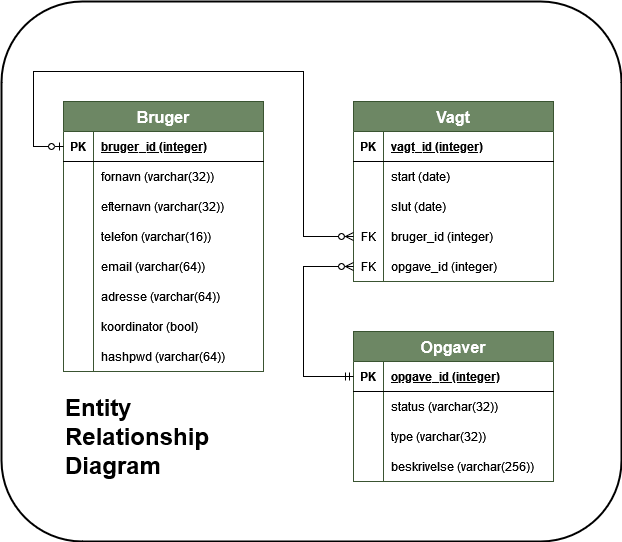
Before: Filer/ERD.drawio.png, a diagram exported from draw.io (lynge96/JADA-Miljoefestival). Source tidied: cells renumbered, new cells last; positions are measured from the earlier drawing's top-left corner, leaving out a move shared by most shapes.
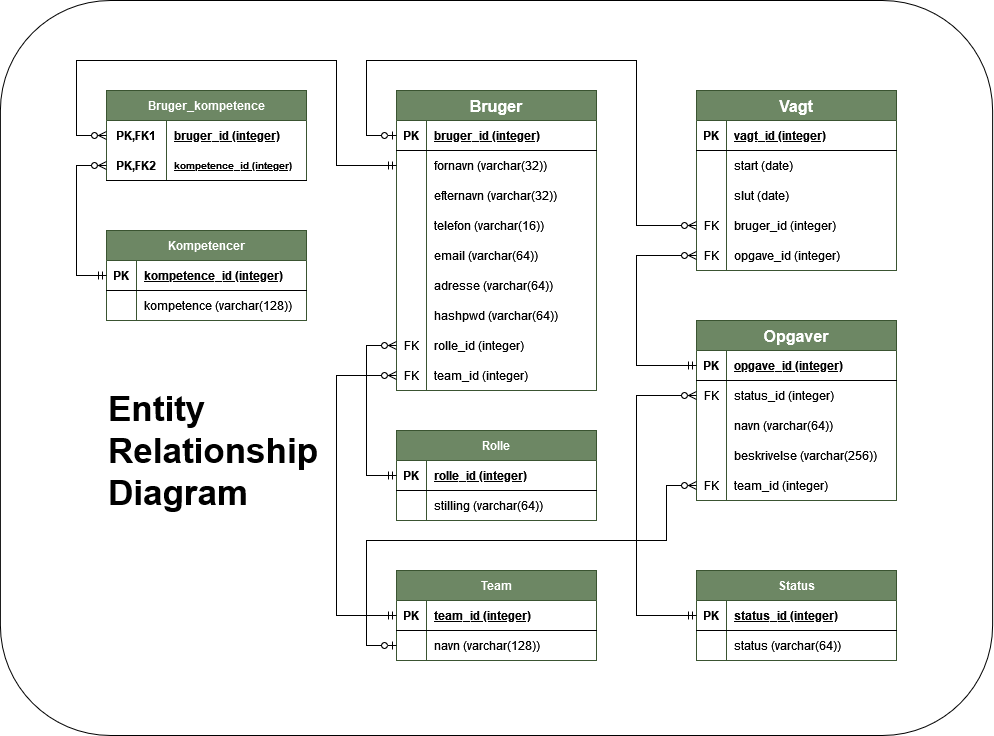
After the commit.

What changed in the source:
```diff
@@ -2,11 +2,11 @@
   <root>
     <mxCell id="0" />
     <mxCell id="1" parent="0" />
-    <mxCell id="2" style="rounded=1;whiteSpace=wrap;html=1;labelBackgroundColor=none;fontSize=30;fontColor=default;labelBorderColor=none;fillColor=default;strokeWidth=2;glass=0;shadow=0;" parent="1" vertex="1">
-      <mxGeometry width="620" height="540" as="geometry" />
-    </mxCell>
+    <mxCell id="60" style="rounded=1;whiteSpace=wrap;html=1;labelBackgroundColor=none;fontSize=35;" parent="1" vertex="1">
+      <mxGeometry x="-334.1" y="10" width="992.2" height="735" as="geometry" />
+    </mxCell>
     <mxCell id="3" value="Bruger" style="shape=table;startSize=30;rowLines=0;fontStyle=1;align=center;labelBackgroundColor=none;fillColor=#6d8764;strokeColor=#3A5431;fontColor=#ffffff;fontSize=16;" parent="1" vertex="1">
-      <mxGeometry x="62" y="100" width="200" height="270" as="geometry" />
+      <mxGeometry x="62" y="100" width="200" height="300" as="geometry" />
     </mxCell>
     <mxCell id="4" style="shape=tableRow;horizontal=0;startSize=0;swimlaneHead=0;swimlaneBody=0;fillColor=none;points=[[0,0.5],[1,0.5]];portConstraint=eastwest;top=0;left=0;right=0;bottom=1;" parent="3" vertex="1">
       <mxGeometry y="30" width="200" height="30" as="geometry" />
@@ -62,26 +62,35 @@
     <mxCell id="21" value="adresse (varchar(64))" style="shape=partialRectangle;fillColor=none;top=0;left=0;bottom=0;right=0;align=left;spacingLeft=6;overflow=hidden;" parent="19" vertex="1">
       <mxGeometry x="30" width="170" height="30" as="geometry" />
     </mxCell>
+    <mxCell id="25" style="shape=tableRow;horizontal=0;startSize=0;swimlaneHead=0;swimlaneBody=0;fillColor=none;top=0;left=0;right=0;bottom=0;" parent="3" vertex="1">
+      <mxGeometry y="210" width="200" height="30" as="geometry" />
+    </mxCell>
+    <mxCell id="26" style="shape=partialRectangle;fillColor=none;top=0;left=0;bottom=0;right=0;overflow=hidden;" parent="25" vertex="1">
+      <mxGeometry width="30" height="30" as="geometry" />
+    </mxCell>
+    <mxCell id="27" value="hashpwd (varchar(64))" style="shape=partialRectangle;fillColor=none;top=0;left=0;bottom=0;right=0;align=left;spacingLeft=6;overflow=hidden;" parent="25" vertex="1">
+      <mxGeometry x="30" width="170" height="30" as="geometry" />
+    </mxCell>
     <mxCell id="22" style="shape=tableRow;horizontal=0;startSize=0;swimlaneHead=0;swimlaneBody=0;fillColor=none;points=[[0,0.5],[1,0.5]];portConstraint=eastwest;top=0;left=0;right=0;bottom=0;" parent="3" vertex="1">
-      <mxGeometry y="210" width="200" height="30" as="geometry" />
+      <mxGeometry y="240" width="200" height="30" as="geometry" />
     </mxCell>
-    <mxCell id="23" style="shape=partialRectangle;fillColor=none;top=0;left=0;bottom=0;right=0;overflow=hidden;" parent="22" vertex="1">
+    <mxCell id="23" value="FK" style="shape=partialRectangle;fillColor=none;top=0;left=0;bottom=0;right=0;overflow=hidden;" parent="22" vertex="1">
       <mxGeometry width="30" height="30" as="geometry" />
     </mxCell>
-    <mxCell id="24" value="koordinator (bool)" style="shape=partialRectangle;fillColor=none;top=0;left=0;bottom=0;right=0;align=left;spacingLeft=6;overflow=hidden;" parent="22" vertex="1">
+    <mxCell id="24" value="rolle_id (integer)" style="shape=partialRectangle;fillColor=none;top=0;left=0;bottom=0;right=0;align=left;spacingLeft=6;overflow=hidden;" parent="22" vertex="1">
       <mxGeometry x="30" width="170" height="30" as="geometry" />
     </mxCell>
-    <mxCell id="25" style="shape=tableRow;horizontal=0;startSize=0;swimlaneHead=0;swimlaneBody=0;fillColor=none;top=0;left=0;right=0;bottom=0;" parent="3" vertex="1">
-      <mxGeometry y="240" width="200" height="30" as="geometry" />
-    </mxCell>
-    <mxCell id="26" style="shape=partialRectangle;fillColor=none;top=0;left=0;bottom=0;right=0;overflow=hidden;" parent="25" vertex="1">
-      <mxGeometry width="30" height="30" as="geometry" />
-    </mxCell>
-    <mxCell id="27" value="hashpwd (varchar(64))" style="shape=partialRectangle;fillColor=none;top=0;left=0;bottom=0;right=0;align=left;spacingLeft=6;overflow=hidden;" parent="25" vertex="1">
-      <mxGeometry x="30" width="170" height="30" as="geometry" />
-    </mxCell>
+    <mxCell id="61" style="shape=tableRow;horizontal=0;startSize=0;swimlaneHead=0;swimlaneBody=0;fillColor=none;points=[[0,0.5],[1,0.5]];portConstraint=eastwest;top=0;left=0;right=0;bottom=0;" parent="3" vertex="1">
+      <mxGeometry y="270" width="200" height="30" as="geometry" />
+    </mxCell>
+    <mxCell id="62" value="FK" style="shape=partialRectangle;fillColor=none;top=0;left=0;bottom=0;right=0;fontStyle=0;overflow=hidden;" parent="61" vertex="1">
+      <mxGeometry width="30" height="30" as="geometry" />
+    </mxCell>
+    <mxCell id="63" value="team_id (integer)" style="shape=partialRectangle;fillColor=none;top=0;left=0;bottom=0;right=0;align=left;spacingLeft=6;fontStyle=0;overflow=hidden;" parent="61" vertex="1">
+      <mxGeometry x="30" width="170" height="30" as="geometry" />
+    </mxCell>
     <mxCell id="28" value="Vagt" style="shape=table;startSize=30;rowLines=0;fontStyle=1;align=center;labelBackgroundColor=none;fillColor=#6d8764;fontColor=#ffffff;strokeColor=#3A5431;fontFamily=Helvetica;fontSize=16;" parent="1" vertex="1">
-      <mxGeometry x="352" y="100" width="200" height="180" as="geometry" />
+      <mxGeometry x="362" y="100" width="200" height="180" as="geometry" />
     </mxCell>
     <mxCell id="29" style="shape=tableRow;horizontal=0;startSize=0;swimlaneHead=0;swimlaneBody=0;fillColor=none;top=0;left=0;right=0;bottom=1;labelBackgroundColor=#FFFFFF;" parent="28" vertex="1">
       <mxGeometry y="30" width="200" height="30" as="geometry" />
@@ -129,7 +138,7 @@
       <mxGeometry x="30" width="170" height="30" as="geometry" />
     </mxCell>
     <mxCell id="44" value="Opgaver" style="shape=table;startSize=30;rowLines=0;fontStyle=1;align=center;labelBackgroundColor=none;fillColor=#6d8764;fontColor=#ffffff;strokeColor=#3A5431;fontSize=16;swimlaneLine=1;" parent="1" vertex="1">
-      <mxGeometry x="352" y="330" width="200" height="150" as="geometry" />
+      <mxGeometry x="362" y="330" width="200" height="180" as="geometry" />
     </mxCell>
     <mxCell id="45" style="shape=tableRow;horizontal=0;startSize=0;swimlaneHead=0;swimlaneBody=0;fillColor=none;points=[[0,0.5],[1,0.5]];portConstraint=eastwest;top=0;left=0;right=0;bottom=1;labelBackgroundColor=#FFFFFF;" parent="44" vertex="1">
       <mxGeometry y="30" width="200" height="30" as="geometry" />
@@ -143,10 +152,10 @@
     <mxCell id="48" style="shape=tableRow;horizontal=0;startSize=0;swimlaneHead=0;swimlaneBody=0;fillColor=none;points=[[0,0.5],[1,0.5]];portConstraint=eastwest;top=0;left=0;right=0;bottom=0;labelBackgroundColor=#FFFFFF;" parent="44" vertex="1">
       <mxGeometry y="60" width="200" height="30" as="geometry" />
     </mxCell>
-    <mxCell id="49" style="shape=partialRectangle;fillColor=none;top=0;left=0;bottom=0;right=0;overflow=hidden;labelBackgroundColor=#FFFFFF;" parent="48" vertex="1">
+    <mxCell id="49" value="FK" style="shape=partialRectangle;fillColor=none;top=0;left=0;bottom=0;right=0;overflow=hidden;labelBackgroundColor=#FFFFFF;" parent="48" vertex="1">
       <mxGeometry width="30" height="30" as="geometry" />
     </mxCell>
-    <mxCell id="50" value="status (varchar(32))" style="shape=partialRectangle;fillColor=none;top=0;left=0;bottom=0;right=0;align=left;spacingLeft=6;overflow=hidden;labelBackgroundColor=#FFFFFF;" parent="48" vertex="1">
+    <mxCell id="50" value="status_id (integer)" style="shape=partialRectangle;fillColor=none;top=0;left=0;bottom=0;right=0;align=left;spacingLeft=6;overflow=hidden;labelBackgroundColor=#FFFFFF;" parent="48" vertex="1">
       <mxGeometry x="30" width="170" height="30" as="geometry" />
     </mxCell>
     <mxCell id="51" style="shape=tableRow;horizontal=0;startSize=0;swimlaneHead=0;swimlaneBody=0;fillColor=none;top=0;left=0;right=0;bottom=0;labelBackgroundColor=#FFFFFF;" parent="44" vertex="1">
@@ -155,7 +164,7 @@
     <mxCell id="52" style="shape=partialRectangle;fillColor=none;top=0;left=0;bottom=0;right=0;overflow=hidden;labelBackgroundColor=#FFFFFF;" parent="51" vertex="1">
       <mxGeometry width="30" height="30" as="geometry" />
     </mxCell>
-    <mxCell id="53" value="type (varchar(32))" style="shape=partialRectangle;fillColor=none;top=0;left=0;bottom=0;right=0;align=left;spacingLeft=6;overflow=hidden;labelBackgroundColor=#FFFFFF;" parent="51" vertex="1">
+    <mxCell id="53" value="navn (varchar(64))" style="shape=partialRectangle;fillColor=none;top=0;left=0;bottom=0;right=0;align=left;spacingLeft=6;overflow=hidden;labelBackgroundColor=#FFFFFF;" parent="51" vertex="1">
       <mxGeometry x="30" width="170" height="30" as="geometry" />
     </mxCell>
     <mxCell id="54" style="shape=tableRow;horizontal=0;startSize=0;swimlaneHead=0;swimlaneBody=0;fillColor=none;top=0;left=0;right=0;bottom=0;labelBackgroundColor=#FFFFFF;" parent="44" vertex="1">
@@ -167,7 +176,16 @@
     <mxCell id="56" value="beskrivelse (varchar(256))" style="shape=partialRectangle;fillColor=none;top=0;left=0;bottom=0;right=0;align=left;spacingLeft=6;overflow=hidden;labelBackgroundColor=#FFFFFF;" parent="54" vertex="1">
       <mxGeometry x="30" width="170" height="30" as="geometry" />
     </mxCell>
+    <mxCell id="64" style="shape=tableRow;horizontal=0;startSize=0;swimlaneHead=0;swimlaneBody=0;fillColor=none;points=[[0,0.5],[1,0.5]];portConstraint=eastwest;top=0;left=0;right=0;bottom=0;" parent="44" vertex="1">
+      <mxGeometry y="150" width="200" height="30" as="geometry" />
+    </mxCell>
+    <mxCell id="65" value="FK" style="shape=partialRectangle;fillColor=none;top=0;left=0;bottom=0;right=0;overflow=hidden;" parent="64" vertex="1">
+      <mxGeometry width="30" height="30" as="geometry" />
+    </mxCell>
+    <mxCell id="66" value="team_id (integer)" style="shape=partialRectangle;fillColor=none;top=0;left=0;bottom=0;right=0;align=left;spacingLeft=6;overflow=hidden;" parent="64" vertex="1">
+      <mxGeometry x="30" width="170" height="30" as="geometry" />
+    </mxCell>
-    <mxCell id="57" style="edgeStyle=orthogonalEdgeStyle;fontSize=12;html=1;endArrow=ERzeroToMany;startArrow=ERzeroToOne;rounded=0;exitX=0;exitY=0.5;exitDx=0;exitDy=0;entryX=0;entryY=0.5;entryDx=0;entryDy=0;" parent="1" edge="1" source="4" target="38">
+    <mxCell id="57" style="edgeStyle=orthogonalEdgeStyle;fontSize=12;html=1;endArrow=ERzeroToMany;startArrow=ERzeroToOne;exitX=0;exitY=0.5;exitDx=0;exitDy=0;entryX=0;entryY=0.5;entryDx=0;entryDy=0;rounded=0;" parent="1" edge="1" source="4" target="38">
       <mxGeometry relative="1" as="geometry">
         <Array as="points">
           <mxPoint x="32" y="145" />
@@ -189,8 +207,165 @@
         </Array>
       </mxGeometry>
     </mxCell>
+    <mxCell id="67" value="Rolle" style="shape=table;startSize=30;rowLines=0;fontStyle=1;align=center;fillColor=#6d8764;strokeColor=#3A5431;fontColor=#ffffff;" parent="1" vertex="1">
+      <mxGeometry x="62" y="440" width="200" height="90" as="geometry" />
+    </mxCell>
+    <mxCell id="68" style="shape=tableRow;horizontal=0;startSize=0;swimlaneHead=0;swimlaneBody=0;fillColor=none;points=[[0,0.5],[1,0.5]];portConstraint=eastwest;top=0;left=0;right=0;bottom=1;" parent="67" vertex="1">
+      <mxGeometry y="30" width="200" height="30" as="geometry" />
+    </mxCell>
+    <mxCell id="69" value="PK" style="shape=partialRectangle;fillColor=none;top=0;left=0;bottom=0;right=0;fontStyle=1;overflow=hidden;" parent="68" vertex="1">
+      <mxGeometry width="30" height="30" as="geometry" />
+    </mxCell>
+    <mxCell id="70" value="rolle_id (integer)" style="shape=partialRectangle;fillColor=none;top=0;left=0;bottom=0;right=0;align=left;spacingLeft=6;fontStyle=5;overflow=hidden;" parent="68" vertex="1">
+      <mxGeometry x="30" width="170" height="30" as="geometry" />
+    </mxCell>
+    <mxCell id="71" style="shape=tableRow;horizontal=0;startSize=0;swimlaneHead=0;swimlaneBody=0;fillColor=none;top=0;left=0;right=0;bottom=0;" parent="67" vertex="1">
+      <mxGeometry y="60" width="200" height="30" as="geometry" />
+    </mxCell>
+    <mxCell id="72" style="shape=partialRectangle;fillColor=none;top=0;left=0;bottom=0;right=0;overflow=hidden;" parent="71" vertex="1">
+      <mxGeometry width="30" height="30" as="geometry" />
+    </mxCell>
+    <mxCell id="73" value="stilling (varchar(64))" style="shape=partialRectangle;fillColor=none;top=0;left=0;bottom=0;right=0;align=left;spacingLeft=6;overflow=hidden;" parent="71" vertex="1">
+      <mxGeometry x="30" width="170" height="30" as="geometry" />
+    </mxCell>
+    <mxCell id="74" value="Team" style="shape=table;startSize=30;rowLines=0;fontStyle=1;align=center;fillColor=#6d8764;fontColor=#ffffff;strokeColor=#3A5431;" parent="1" vertex="1">
+      <mxGeometry x="62" y="580" width="200" height="90" as="geometry" />
+    </mxCell>
+    <mxCell id="75" style="shape=tableRow;horizontal=0;startSize=0;swimlaneHead=0;swimlaneBody=0;fillColor=none;points=[[0,0.5],[1,0.5]];portConstraint=eastwest;top=0;left=0;right=0;bottom=1;" parent="74" vertex="1">
+      <mxGeometry y="30" width="200" height="30" as="geometry" />
+    </mxCell>
+    <mxCell id="76" value="PK" style="shape=partialRectangle;fillColor=none;top=0;left=0;bottom=0;right=0;fontStyle=1;overflow=hidden;" parent="75" vertex="1">
+      <mxGeometry width="30" height="30" as="geometry" />
+    </mxCell>
+    <mxCell id="77" value="team_id (integer)" style="shape=partialRectangle;fillColor=none;top=0;left=0;bottom=0;right=0;align=left;spacingLeft=6;fontStyle=5;overflow=hidden;" parent="75" vertex="1">
+      <mxGeometry x="30" width="170" height="30" as="geometry" />
+    </mxCell>
+    <mxCell id="78" style="shape=tableRow;horizontal=0;startSize=0;swimlaneHead=0;swimlaneBody=0;fillColor=none;points=[[0,0.5],[1,0.5]];portConstraint=eastwest;top=0;left=0;right=0;bottom=0;" parent="74" vertex="1">
+      <mxGeometry y="60" width="200" height="30" as="geometry" />
+    </mxCell>
+    <mxCell id="79" style="shape=partialRectangle;fillColor=none;top=0;left=0;bottom=0;right=0;overflow=hidden;" parent="78" vertex="1">
+      <mxGeometry width="30" height="30" as="geometry" />
+    </mxCell>
+    <mxCell id="80" value="navn (varchar(128))" style="shape=partialRectangle;fillColor=none;top=0;left=0;bottom=0;right=0;align=left;spacingLeft=6;overflow=hidden;" parent="78" vertex="1">
+      <mxGeometry x="30" width="170" height="30" as="geometry" />
+    </mxCell>
+    <mxCell id="81" value="Status" style="shape=table;startSize=30;rowLines=0;fontStyle=1;align=center;fillColor=#6d8764;fontColor=#ffffff;strokeColor=#3A5431;" parent="1" vertex="1">
+      <mxGeometry x="362" y="580" width="200" height="90" as="geometry" />
+    </mxCell>
+    <mxCell id="82" style="shape=tableRow;horizontal=0;startSize=0;swimlaneHead=0;swimlaneBody=0;fillColor=none;points=[[0,0.5],[1,0.5]];portConstraint=eastwest;top=0;left=0;right=0;bottom=1;" parent="81" vertex="1">
+      <mxGeometry y="30" width="200" height="30" as="geometry" />
+    </mxCell>
+    <mxCell id="83" value="PK" style="shape=partialRectangle;fillColor=none;top=0;left=0;bottom=0;right=0;fontStyle=1;overflow=hidden;" parent="82" vertex="1">
+      <mxGeometry width="30" height="30" as="geometry" />
+    </mxCell>
+    <mxCell id="84" value="status_id (integer)" style="shape=partialRectangle;fillColor=none;top=0;left=0;bottom=0;right=0;align=left;spacingLeft=6;fontStyle=5;overflow=hidden;" parent="82" vertex="1">
+      <mxGeometry x="30" width="170" height="30" as="geometry" />
+    </mxCell>
+    <mxCell id="85" style="shape=tableRow;horizontal=0;startSize=0;swimlaneHead=0;swimlaneBody=0;fillColor=none;top=0;left=0;right=0;bottom=0;" parent="81" vertex="1">
+      <mxGeometry y="60" width="200" height="30" as="geometry" />
+    </mxCell>
+    <mxCell id="86" style="shape=partialRectangle;fillColor=none;top=0;left=0;bottom=0;right=0;overflow=hidden;" parent="85" vertex="1">
+      <mxGeometry width="30" height="30" as="geometry" />
+    </mxCell>
+    <mxCell id="87" value="status (varchar(64))" style="shape=partialRectangle;fillColor=none;top=0;left=0;bottom=0;right=0;align=left;spacingLeft=6;overflow=hidden;" parent="85" vertex="1">
+      <mxGeometry x="30" width="170" height="30" as="geometry" />
+    </mxCell>
+    <mxCell id="88" value="Kompetencer" style="shape=table;startSize=30;rowLines=0;fontStyle=1;align=center;fillColor=#6d8764;fontColor=#ffffff;strokeColor=#3A5431;" parent="1" vertex="1">
+      <mxGeometry x="-228" y="240" width="200" height="90" as="geometry" />
+    </mxCell>
+    <mxCell id="89" style="shape=tableRow;horizontal=0;startSize=0;swimlaneHead=0;swimlaneBody=0;fillColor=none;points=[[0,0.5],[1,0.5]];portConstraint=eastwest;top=0;left=0;right=0;bottom=1;" parent="88" vertex="1">
+      <mxGeometry y="30" width="200" height="30" as="geometry" />
+    </mxCell>
+    <mxCell id="90" value="PK" style="shape=partialRectangle;fillColor=none;top=0;left=0;bottom=0;right=0;fontStyle=1;overflow=hidden;" parent="89" vertex="1">
+      <mxGeometry width="30" height="30" as="geometry" />
+    </mxCell>
+    <mxCell id="91" value="kompetence_id (integer)" style="shape=partialRectangle;fillColor=none;top=0;left=0;bottom=0;right=0;align=left;spacingLeft=6;fontStyle=5;overflow=hidden;" parent="89" vertex="1">
+      <mxGeometry x="30" width="170" height="30" as="geometry" />
+    </mxCell>
+    <mxCell id="92" style="shape=tableRow;horizontal=0;startSize=0;swimlaneHead=0;swimlaneBody=0;fillColor=none;top=0;left=0;right=0;bottom=0;" parent="88" vertex="1">
+      <mxGeometry y="60" width="200" height="30" as="geometry" />
+    </mxCell>
+    <mxCell id="93" style="shape=partialRectangle;fillColor=none;top=0;left=0;bottom=0;right=0;overflow=hidden;" parent="92" vertex="1">
+      <mxGeometry width="30" height="30" as="geometry" />
+    </mxCell>
+    <mxCell id="94" value="kompetence (varchar(128))" style="shape=partialRectangle;fillColor=none;top=0;left=0;bottom=0;right=0;align=left;spacingLeft=6;overflow=hidden;" parent="92" vertex="1">
+      <mxGeometry x="30" width="170" height="30" as="geometry" />
+    </mxCell>
+    <mxCell id="95" value="Bruger_kompetence" style="shape=table;startSize=30;rowLines=0;fontStyle=1;align=center;fillColor=#6d8764;fontColor=#ffffff;strokeColor=#3A5431;" parent="1" vertex="1">
+      <mxGeometry x="-228" y="100" width="200" height="90" as="geometry" />
+    </mxCell>
+    <mxCell id="96" style="shape=tableRow;horizontal=0;startSize=0;swimlaneHead=0;swimlaneBody=0;fillColor=none;points=[[0,0.5],[1,0.5]];portConstraint=eastwest;top=0;left=0;right=0;bottom=0;" parent="95" vertex="1">
+      <mxGeometry y="30" width="200" height="30" as="geometry" />
+    </mxCell>
+    <mxCell id="97" value="PK,FK1" style="shape=partialRectangle;fillColor=none;top=0;left=0;bottom=0;right=0;fontStyle=1;overflow=hidden;" parent="96" vertex="1">
+      <mxGeometry width="60" height="30" as="geometry" />
+    </mxCell>
+    <mxCell id="98" value="bruger_id (integer)" style="shape=partialRectangle;fillColor=none;top=0;left=0;bottom=0;right=0;align=left;spacingLeft=6;fontStyle=5;overflow=hidden;" parent="96" vertex="1">
+      <mxGeometry x="60" width="140" height="30" as="geometry" />
+    </mxCell>
+    <mxCell id="99" style="shape=tableRow;horizontal=0;startSize=0;swimlaneHead=0;swimlaneBody=0;fillColor=none;points=[[0,0.5],[1,0.5]];portConstraint=eastwest;top=0;left=0;right=0;bottom=1;" parent="95" vertex="1">
+      <mxGeometry y="60" width="200" height="30" as="geometry" />
+    </mxCell>
+    <mxCell id="100" value="PK,FK2" style="shape=partialRectangle;fillColor=none;top=0;left=0;bottom=0;right=0;fontStyle=1;overflow=hidden;" parent="99" vertex="1">
+      <mxGeometry width="60" height="30" as="geometry" />
+    </mxCell>
+    <mxCell id="101" value="kompetence_id (integer)" style="shape=partialRectangle;fillColor=none;top=0;left=0;bottom=0;right=0;align=left;spacingLeft=6;fontStyle=5;overflow=hidden;fontSize=10;" parent="99" vertex="1">
+      <mxGeometry x="60" width="140" height="30" as="geometry" />
+    </mxCell>
+    <mxCell id="102" style="edgeStyle=orthogonalEdgeStyle;fontSize=12;html=1;endArrow=ERzeroToMany;startArrow=ERmandOne;rounded=0;entryX=0;entryY=0.5;entryDx=0;entryDy=0;exitX=0;exitY=0.5;exitDx=0;exitDy=0;" parent="1" edge="1" source="7" target="96">
+      <mxGeometry relative="1" as="geometry">
+        <Array as="points">
+          <mxPoint x="2" y="175" />
+          <mxPoint x="2" y="70" />
+          <mxPoint x="-258" y="70" />
+          <mxPoint x="-258" y="145" />
+        </Array>
+      </mxGeometry>
+    </mxCell>
+    <mxCell id="103" style="edgeStyle=orthogonalEdgeStyle;fontSize=12;html=1;endArrow=ERzeroToMany;startArrow=ERmandOne;rounded=0;entryX=0;entryY=0.5;entryDx=0;entryDy=0;exitX=0;exitY=0.5;exitDx=0;exitDy=0;" parent="1" edge="1" source="89" target="99">
+      <mxGeometry relative="1" as="geometry">
+        <Array as="points">
+          <mxPoint x="-258" y="285" />
+          <mxPoint x="-258" y="175" />
+        </Array>
+      </mxGeometry>
+    </mxCell>
+    <mxCell id="104" style="edgeStyle=orthogonalEdgeStyle;fontSize=12;html=1;endArrow=ERzeroToMany;startArrow=ERmandOne;rounded=0;entryX=0;entryY=0.5;entryDx=0;entryDy=0;exitX=0;exitY=0.5;exitDx=0;exitDy=0;" parent="1" edge="1" source="68" target="22">
+      <mxGeometry relative="1" as="geometry">
+        <Array as="points">
+          <mxPoint x="32" y="485" />
+          <mxPoint x="32" y="355" />
+        </Array>
+      </mxGeometry>
+    </mxCell>
+    <mxCell id="105" style="edgeStyle=orthogonalEdgeStyle;fontSize=12;html=1;endArrow=ERzeroToMany;startArrow=ERmandOne;rounded=0;entryX=0;entryY=0.5;entryDx=0;entryDy=0;exitX=0;exitY=0.5;exitDx=0;exitDy=0;" parent="1" edge="1" source="75" target="61">
+      <mxGeometry relative="1" as="geometry">
+        <Array as="points">
+          <mxPoint x="2" y="625" />
+          <mxPoint x="2" y="385" />
+        </Array>
+      </mxGeometry>
+    </mxCell>
+    <mxCell id="106" style="edgeStyle=orthogonalEdgeStyle;fontSize=12;html=1;endArrow=ERzeroToMany;startArrow=ERzeroToOne;rounded=0;entryX=0;entryY=0.5;entryDx=0;entryDy=0;exitX=0;exitY=0.5;exitDx=0;exitDy=0;" parent="1" edge="1" source="78" target="64">
+      <mxGeometry relative="1" as="geometry">
+        <Array as="points">
+          <mxPoint x="32" y="655" />
+          <mxPoint x="32" y="550" />
+          <mxPoint x="332" y="550" />
+          <mxPoint x="332" y="495" />
+        </Array>
+      </mxGeometry>
+    </mxCell>
+    <mxCell id="107" style="edgeStyle=orthogonalEdgeStyle;fontSize=12;html=1;endArrow=ERzeroToMany;startArrow=ERmandOne;rounded=0;entryX=0;entryY=0.5;entryDx=0;entryDy=0;exitX=0;exitY=0.5;exitDx=0;exitDy=0;" parent="1" edge="1" source="82" target="48">
+      <mxGeometry relative="1" as="geometry">
+        <Array as="points">
+          <mxPoint x="302" y="625" />
+          <mxPoint x="302" y="405" />
+        </Array>
+      </mxGeometry>
+    </mxCell>
-    <mxCell id="59" value="Entity Relationship Diagram" style="text;html=1;strokeColor=none;fillColor=none;align=left;verticalAlign=middle;whiteSpace=wrap;rounded=0;fontSize=24;fontStyle=1;" parent="1" vertex="1">
-      <mxGeometry x="62" y="420" width="50" height="30" as="geometry" />
+    <mxCell id="59" value="Entity Relationship Diagram" style="text;strokeColor=none;fillColor=none;align=left;verticalAlign=middle;rounded=0;fontSize=35;labelBackgroundColor=none;html=1;fontStyle=1;whiteSpace=wrap;" parent="1" vertex="1">
+      <mxGeometry x="-228" y="400" width="60" height="120" as="geometry" />
     </mxCell>
   </root>
 </mxGraphModel>
```
